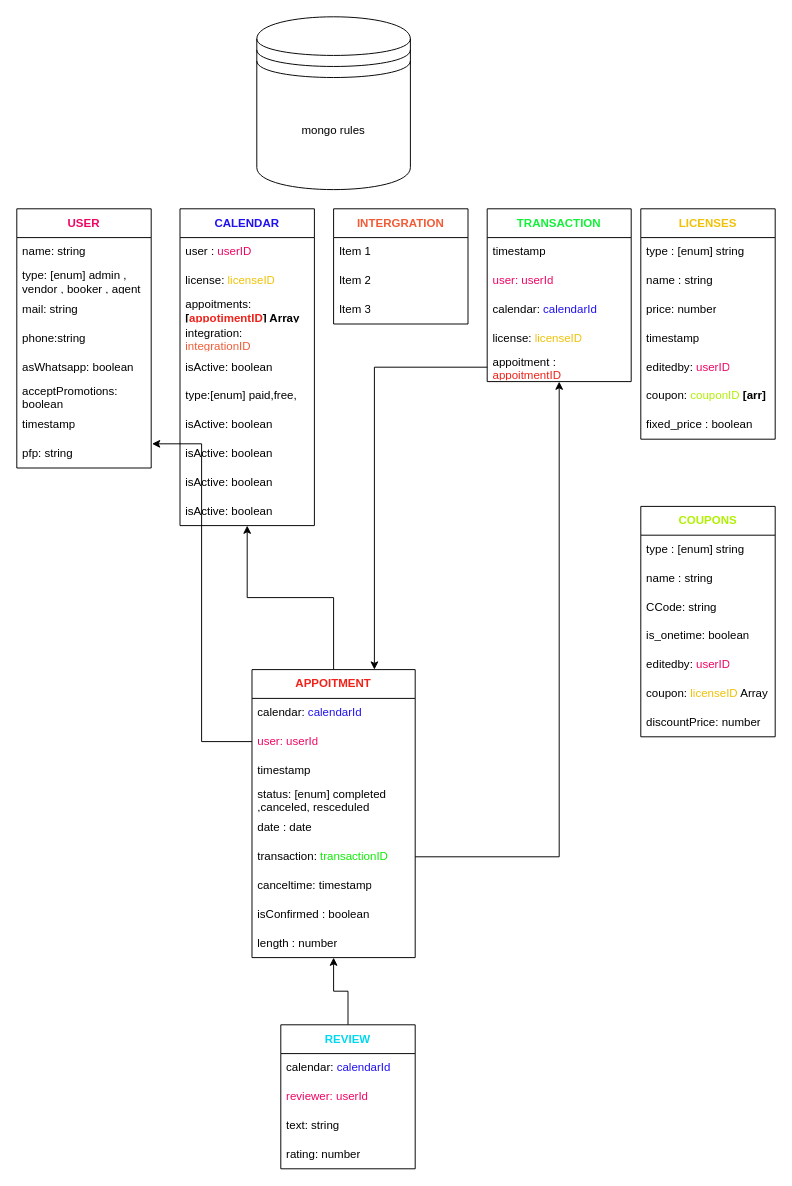
The draw.io diagram Untitled Diagram.drawio in MisterNooblet/2D-RPG, before the edit. Source tidied: cells renumbered, new cells numbered last; positions are measured from the earlier drawing's top-left corner, leaving out a move shared by most shapes. Both pictures are drawn from the tidied source at 96%, with x=0, y=0 at pixel (16, 16).
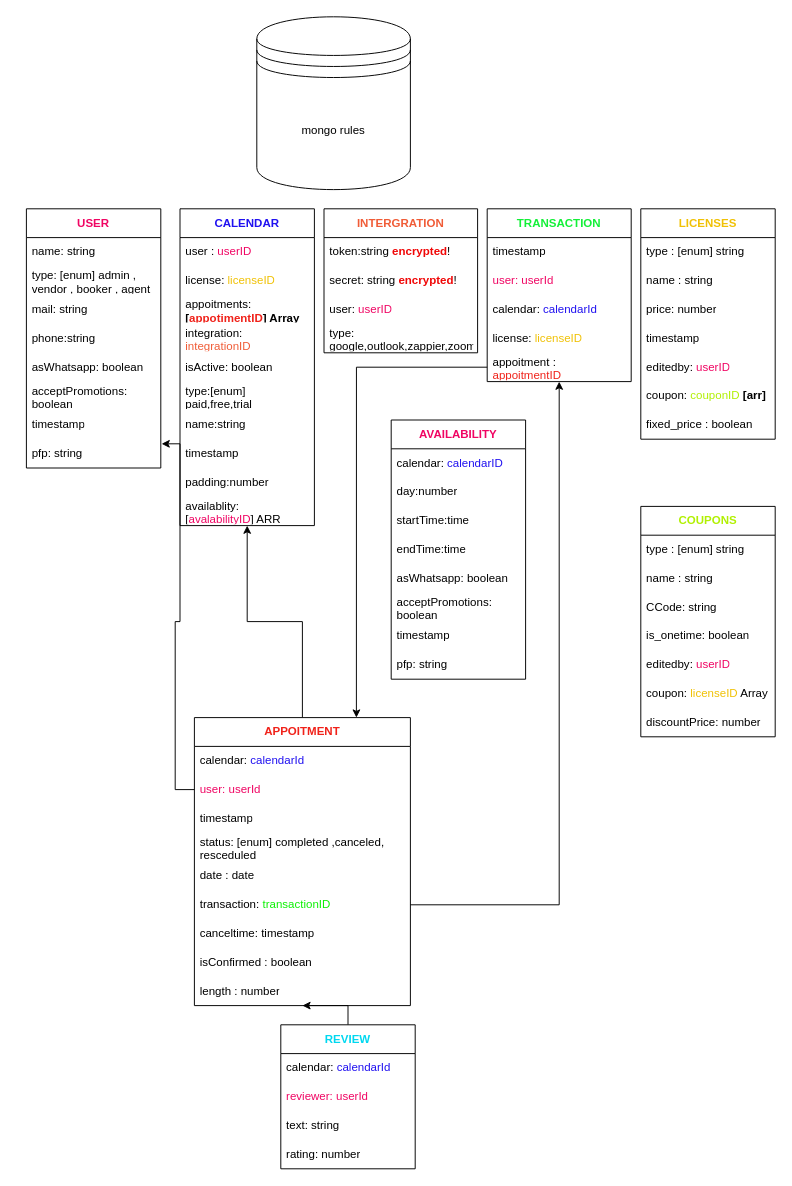
The same page after the edit.

The change refers to these unchanged cells:
```xml
<mxCell id="12" value="&lt;font color=&quot;#2011f0&quot;&gt;&lt;b&gt;CALENDAR&lt;/b&gt;&lt;/font&gt;" style="swimlane;fontStyle=0;horizontal=1;startSize=30;whiteSpace=wrap;html=1;" parent="1" vertex="1">
  <mxGeometry x="170" y="200" width="140" height="330" as="geometry" />
</mxCell>
```

Diff of the diagram source:
```diff
@@
     <mxCell id="3" value="&lt;b&gt;&lt;font color=&quot;#f00563&quot;&gt;USER&lt;/font&gt;&lt;/b&gt;" style="swimlane;fontStyle=0;horizontal=1;startSize=30;whiteSpace=wrap;html=1;" parent="1" vertex="1">
-      <mxGeometry y="200" width="140" height="270" as="geometry" />
+      <mxGeometry x="10" y="200" width="140" height="270" as="geometry" />
     </mxCell>
@@
-    <mxCell id="18" value="type:[enum] paid,free," style="text;strokeColor=none;fillColor=none;align=left;verticalAlign=middle;spacingLeft=4;spacingRight=4;overflow=hidden;whiteSpace=wrap;html=1;" parent="12" vertex="1">
+    <mxCell id="18" value="type:[enum] paid,free,trial" style="text;strokeColor=none;fillColor=none;align=left;verticalAlign=middle;spacingLeft=4;spacingRight=4;overflow=hidden;whiteSpace=wrap;html=1;" parent="12" vertex="1">
       <mxGeometry y="180" width="140" height="30" as="geometry" />
     </mxCell>
-    <mxCell id="19" value="isActive: boolean" style="text;strokeColor=none;fillColor=none;align=left;verticalAlign=middle;spacingLeft=4;spacingRight=4;overflow=hidden;whiteSpace=wrap;html=1;" parent="12" vertex="1">
+    <mxCell id="19" value="name:string" style="text;strokeColor=none;fillColor=none;align=left;verticalAlign=middle;spacingLeft=4;spacingRight=4;overflow=hidden;whiteSpace=wrap;html=1;" parent="12" vertex="1">
       <mxGeometry y="210" width="140" height="30" as="geometry" />
     </mxCell>
-    <mxCell id="20" value="isActive: boolean" style="text;strokeColor=none;fillColor=none;align=left;verticalAlign=middle;spacingLeft=4;spacingRight=4;overflow=hidden;whiteSpace=wrap;html=1;" parent="12" vertex="1">
+    <mxCell id="20" value="timestamp" style="text;strokeColor=none;fillColor=none;align=left;verticalAlign=middle;spacingLeft=4;spacingRight=4;overflow=hidden;whiteSpace=wrap;html=1;" parent="12" vertex="1">
       <mxGeometry y="240" width="140" height="30" as="geometry" />
     </mxCell>
-    <mxCell id="21" value="isActive: boolean" style="text;strokeColor=none;fillColor=none;align=left;verticalAlign=middle;spacingLeft=4;spacingRight=4;overflow=hidden;whiteSpace=wrap;html=1;" parent="12" vertex="1">
+    <mxCell id="21" value="padding:number" style="text;strokeColor=none;fillColor=none;align=left;verticalAlign=middle;spacingLeft=4;spacingRight=4;overflow=hidden;whiteSpace=wrap;html=1;" parent="12" vertex="1">
       <mxGeometry y="270" width="140" height="30" as="geometry" />
     </mxCell>
-    <mxCell id="22" value="isActive: boolean" style="text;strokeColor=none;fillColor=none;align=left;verticalAlign=middle;spacingLeft=4;spacingRight=4;overflow=hidden;whiteSpace=wrap;html=1;" parent="12" vertex="1">
+    <mxCell id="22" value="availablity: [&lt;font color=&quot;#f00563&quot;&gt;avalabilityID&lt;/font&gt;] ARR" style="text;strokeColor=none;fillColor=none;align=left;verticalAlign=middle;spacingLeft=4;spacingRight=4;overflow=hidden;whiteSpace=wrap;html=1;" parent="12" vertex="1">
       <mxGeometry y="300" width="140" height="30" as="geometry" />
     </mxCell>
     <mxCell id="23" value="&lt;b&gt;&lt;font color=&quot;#f05c37&quot;&gt;INTERGRATION&lt;/font&gt;&lt;/b&gt;" style="swimlane;fontStyle=0;horizontal=1;startSize=30;whiteSpace=wrap;html=1;" parent="1" vertex="1">
-      <mxGeometry x="330" y="200" width="140" height="120" as="geometry" />
+      <mxGeometry x="320" y="200" width="160" height="150" as="geometry" />
     </mxCell>
-    <mxCell id="24" value="Item 1" style="text;strokeColor=none;fillColor=none;align=left;verticalAlign=middle;spacingLeft=4;spacingRight=4;overflow=hidden;whiteSpace=wrap;html=1;" parent="23" vertex="1">
-      <mxGeometry y="30" width="140" height="30" as="geometry" />
+    <mxCell id="24" value="token:string &lt;font color=&quot;#f00707&quot;&gt;&lt;b&gt;encrypted&lt;/b&gt;&lt;/font&gt;!" style="text;strokeColor=none;fillColor=none;align=left;verticalAlign=middle;spacingLeft=4;spacingRight=4;overflow=hidden;whiteSpace=wrap;html=1;" parent="23" vertex="1">
+      <mxGeometry y="30" width="160" height="30" as="geometry" />
     </mxCell>
-    <mxCell id="25" value="Item 2" style="text;strokeColor=none;fillColor=none;align=left;verticalAlign=middle;spacingLeft=4;spacingRight=4;overflow=hidden;whiteSpace=wrap;html=1;" parent="23" vertex="1">
-      <mxGeometry y="60" width="140" height="30" as="geometry" />
+    <mxCell id="25" value="secret: string&amp;nbsp;&lt;b style=&quot;color: rgb(240, 7, 7);&quot;&gt;encrypted&lt;/b&gt;!" style="text;strokeColor=none;fillColor=none;align=left;verticalAlign=middle;spacingLeft=4;spacingRight=4;overflow=hidden;whiteSpace=wrap;html=1;" parent="23" vertex="1">
+      <mxGeometry y="60" width="160" height="30" as="geometry" />
     </mxCell>
-    <mxCell id="26" value="Item 3" style="text;strokeColor=none;fillColor=none;align=left;verticalAlign=middle;spacingLeft=4;spacingRight=4;overflow=hidden;whiteSpace=wrap;html=1;" parent="23" vertex="1">
-      <mxGeometry y="90" width="140" height="30" as="geometry" />
+    <mxCell id="26" value="user: &lt;font color=&quot;#f00563&quot;&gt;userID&lt;/font&gt;" style="text;strokeColor=none;fillColor=none;align=left;verticalAlign=middle;spacingLeft=4;spacingRight=4;overflow=hidden;whiteSpace=wrap;html=1;" parent="23" vertex="1">
+      <mxGeometry y="90" width="160" height="30" as="geometry" />
     </mxCell>
+    <mxCell id="69" value="type: google,outlook,zappier,zoom" style="text;strokeColor=none;fillColor=none;align=left;verticalAlign=middle;spacingLeft=4;spacingRight=4;overflow=hidden;whiteSpace=wrap;html=1;" parent="23" vertex="1">
+      <mxGeometry y="120" width="160" height="30" as="geometry" />
+    </mxCell>
@@
     <mxCell id="50" value="&lt;font color=&quot;#f0221a&quot;&gt;&lt;b&gt;APPOITMENT&lt;/b&gt;&lt;/font&gt;" style="swimlane;fontStyle=0;horizontal=1;startSize=30;whiteSpace=wrap;html=1;" parent="1" vertex="1">
-      <mxGeometry x="245" y="680" width="170" height="300" as="geometry" />
+      <mxGeometry x="185" y="730" width="225" height="300" as="geometry" />
     </mxCell>
     <mxCell id="51" value="calendar: &lt;font color=&quot;#2011f0&quot;&gt;calendarId&lt;/font&gt;" style="text;strokeColor=none;fillColor=none;align=left;verticalAlign=middle;spacingLeft=4;spacingRight=4;overflow=hidden;whiteSpace=wrap;html=1;" parent="50" vertex="1">
-      <mxGeometry y="30" width="170" height="30" as="geometry" />
+      <mxGeometry y="30" width="225" height="30" as="geometry" />
     </mxCell>
     <mxCell id="52" value="&lt;font color=&quot;#f00563&quot;&gt;user: userId&lt;/font&gt;" style="text;strokeColor=none;fillColor=none;align=left;verticalAlign=middle;spacingLeft=4;spacingRight=4;overflow=hidden;points=[[0,0.5],[1,0.5]];portConstraint=eastwest;whiteSpace=wrap;html=1;" parent="50" vertex="1">
-      <mxGeometry y="60" width="170" height="30" as="geometry" />
+      <mxGeometry y="60" width="225" height="30" as="geometry" />
     </mxCell>
     <mxCell id="53" value="timestamp" style="text;strokeColor=none;fillColor=none;align=left;verticalAlign=middle;spacingLeft=4;spacingRight=4;overflow=hidden;whiteSpace=wrap;html=1;" parent="50" vertex="1">
-      <mxGeometry y="90" width="170" height="30" as="geometry" />
+      <mxGeometry y="90" width="225" height="30" as="geometry" />
     </mxCell>
     <mxCell id="54" value="status: [enum] completed ,canceled, resceduled" style="text;strokeColor=none;fillColor=none;align=left;verticalAlign=middle;spacingLeft=4;spacingRight=4;overflow=hidden;whiteSpace=wrap;html=1;" parent="50" vertex="1">
-      <mxGeometry y="120" width="170" height="30" as="geometry" />
+      <mxGeometry y="120" width="225" height="30" as="geometry" />
     </mxCell>
     <mxCell id="55" value="date : date" style="text;strokeColor=none;fillColor=none;align=left;verticalAlign=middle;spacingLeft=4;spacingRight=4;overflow=hidden;whiteSpace=wrap;html=1;" parent="50" vertex="1">
-      <mxGeometry y="150" width="170" height="30" as="geometry" />
+      <mxGeometry y="150" width="225" height="30" as="geometry" />
     </mxCell>
     <mxCell id="56" value="transaction: &lt;font color=&quot;#0df005&quot;&gt;transactionID&lt;/font&gt;" style="text;strokeColor=none;fillColor=none;align=left;verticalAlign=middle;spacingLeft=4;spacingRight=4;overflow=hidden;points=[[0,0.5],[1,0.5]];portConstraint=eastwest;whiteSpace=wrap;html=1;" parent="50" vertex="1">
-      <mxGeometry y="180" width="170" height="30" as="geometry" />
+      <mxGeometry y="180" width="225" height="30" as="geometry" />
     </mxCell>
     <mxCell id="57" value="canceltime: timestamp" style="text;strokeColor=none;fillColor=none;align=left;verticalAlign=middle;spacingLeft=4;spacingRight=4;overflow=hidden;whiteSpace=wrap;html=1;" parent="50" vertex="1">
-      <mxGeometry y="210" width="170" height="30" as="geometry" />
+      <mxGeometry y="210" width="225" height="30" as="geometry" />
     </mxCell>
     <mxCell id="58" value="isConfirmed : boolean" style="text;strokeColor=none;fillColor=none;align=left;verticalAlign=middle;spacingLeft=4;spacingRight=4;overflow=hidden;whiteSpace=wrap;html=1;" parent="50" vertex="1">
-      <mxGeometry y="240" width="170" height="30" as="geometry" />
+      <mxGeometry y="240" width="225" height="30" as="geometry" />
     </mxCell>
     <mxCell id="59" value="length : number" style="text;strokeColor=none;fillColor=none;align=left;verticalAlign=middle;spacingLeft=4;spacingRight=4;overflow=hidden;whiteSpace=wrap;html=1;" parent="50" vertex="1">
-      <mxGeometry y="270" width="170" height="30" as="geometry" />
+      <mxGeometry y="270" width="225" height="30" as="geometry" />
     </mxCell>
@@
+    <mxCell id="70" value="&lt;font color=&quot;#f00563&quot;&gt;&lt;b&gt;AVAILABILITY&lt;/b&gt;&lt;/font&gt;" style="swimlane;fontStyle=0;horizontal=1;startSize=30;whiteSpace=wrap;html=1;" parent="1" vertex="1">
+      <mxGeometry x="390" y="420" width="140" height="270" as="geometry" />
+    </mxCell>
+    <mxCell id="71" value="calendar: &lt;font color=&quot;#2011f0&quot;&gt;calendarID&lt;/font&gt;" style="text;strokeColor=none;fillColor=none;align=left;verticalAlign=middle;spacingLeft=4;spacingRight=4;overflow=hidden;whiteSpace=wrap;html=1;" parent="70" vertex="1">
+      <mxGeometry y="30" width="140" height="30" as="geometry" />
+    </mxCell>
+    <mxCell id="72" value="day:number" style="text;strokeColor=none;fillColor=none;align=left;verticalAlign=middle;spacingLeft=4;spacingRight=4;overflow=hidden;whiteSpace=wrap;html=1;" parent="70" vertex="1">
+      <mxGeometry y="60" width="140" height="30" as="geometry" />
+    </mxCell>
+    <mxCell id="73" value="startTime:time" style="text;strokeColor=none;fillColor=none;align=left;verticalAlign=middle;spacingLeft=4;spacingRight=4;overflow=hidden;whiteSpace=wrap;html=1;" parent="70" vertex="1">
+      <mxGeometry y="90" width="140" height="30" as="geometry" />
+    </mxCell>
+    <mxCell id="74" value="endTime:time" style="text;strokeColor=none;fillColor=none;align=left;verticalAlign=middle;spacingLeft=4;spacingRight=4;overflow=hidden;whiteSpace=wrap;html=1;" parent="70" vertex="1">
+      <mxGeometry y="120" width="140" height="30" as="geometry" />
+    </mxCell>
+    <mxCell id="75" value="asWhatsapp: boolean" style="text;strokeColor=none;fillColor=none;align=left;verticalAlign=middle;spacingLeft=4;spacingRight=4;overflow=hidden;whiteSpace=wrap;html=1;" parent="70" vertex="1">
+      <mxGeometry y="150" width="140" height="30" as="geometry" />
+    </mxCell>
+    <mxCell id="76" value="acceptPromotions: boolean" style="text;strokeColor=none;fillColor=none;align=left;verticalAlign=middle;spacingLeft=4;spacingRight=4;overflow=hidden;whiteSpace=wrap;html=1;" parent="70" vertex="1">
+      <mxGeometry y="180" width="140" height="30" as="geometry" />
+    </mxCell>
+    <mxCell id="77" value="timestamp" style="text;strokeColor=none;fillColor=none;align=left;verticalAlign=middle;spacingLeft=4;spacingRight=4;overflow=hidden;whiteSpace=wrap;html=1;" parent="70" vertex="1">
+      <mxGeometry y="210" width="140" height="30" as="geometry" />
+    </mxCell>
+    <mxCell id="78" value="pfp: string" style="text;strokeColor=none;fillColor=none;align=left;verticalAlign=middle;spacingLeft=4;spacingRight=4;overflow=hidden;whiteSpace=wrap;html=1;" parent="70" vertex="1">
+      <mxGeometry y="240" width="140" height="30" as="geometry" />
+    </mxCell>
```
